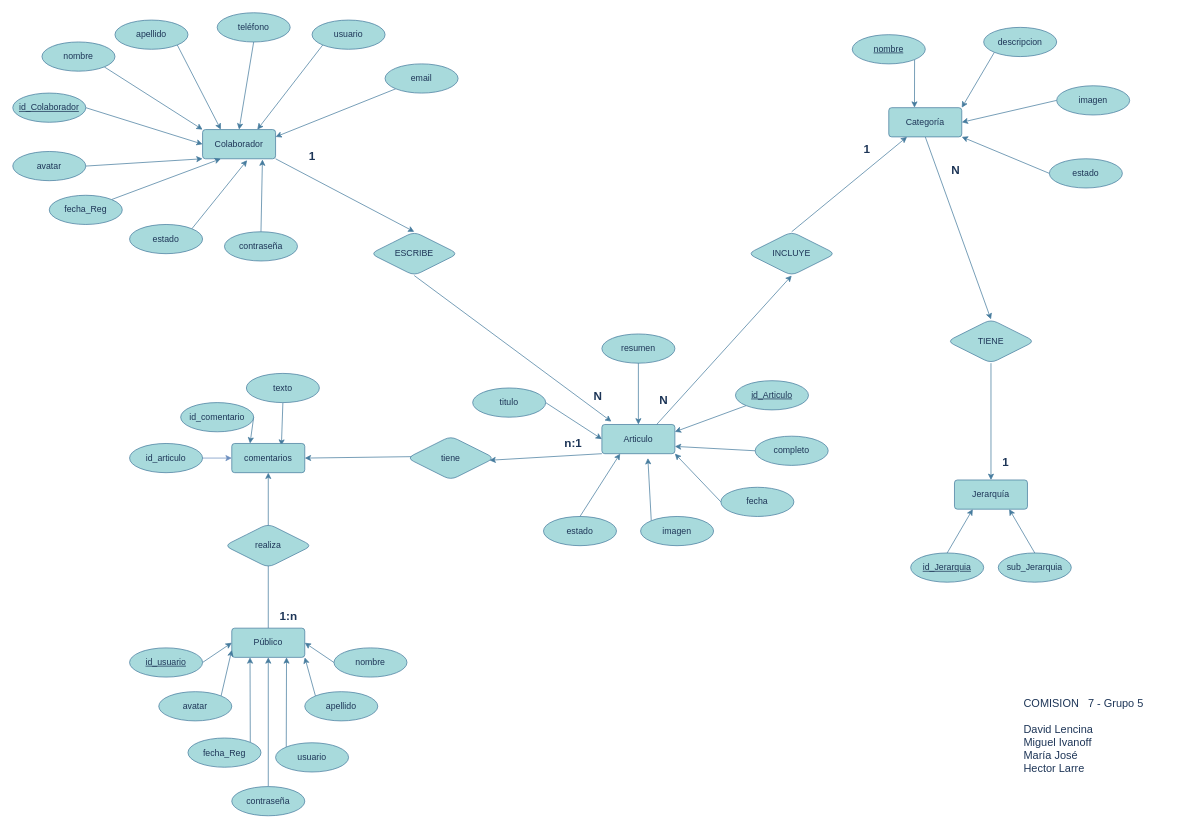
Above: D5_G5/desafío 5.drawio in LDA407/desafios_del_info (draw.io), before the change. Source tidied: cells renumbered, new cells numbered last; positions are measured from the earlier drawing's top-left corner, leaving out a move shared by most shapes. Both pictures are drawn from the tidied source at 73%, with x=0, y=0 at pixel (12, 12).
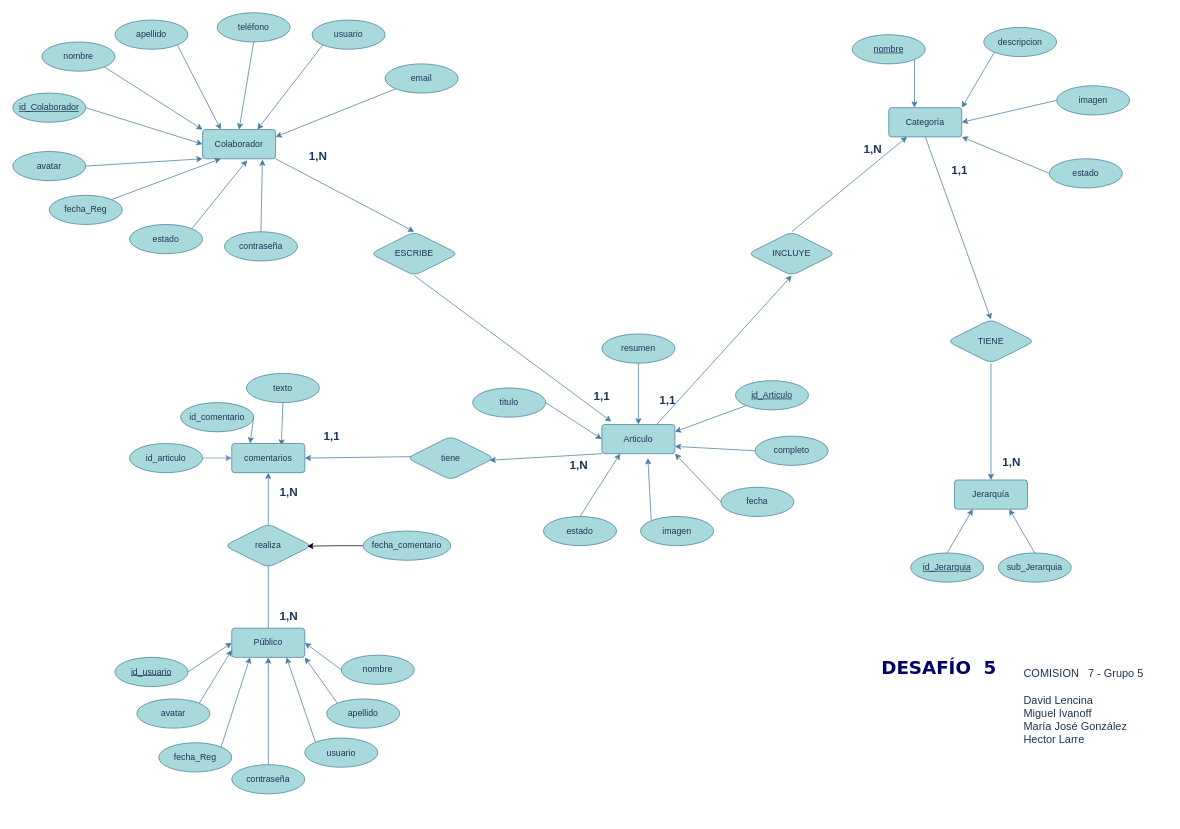
The same page after the edit.

Commit message (it also covers changes not shown here):
Agregué apellido de Majo y algunos cambios en comentarios

The change refers to these unchanged cells:
```xml
<mxCell id="94" value="realiza" style="shape=rhombus;perimeter=rhombusPerimeter;whiteSpace=wrap;html=1;align=center;labelBackgroundColor=none;fillColor=#A8DADC;strokeColor=#457B9D;fontColor=#1D3557;rounded=1;" parent="1" vertex="1">
  <mxGeometry x="290" y="700" width="120" height="60" as="geometry" />
</mxCell>
```

What changed in the source:
```diff
@@
     <mxCell id="47" value="nombre" style="ellipse;whiteSpace=wrap;html=1;align=center;labelBackgroundColor=none;fillColor=#A8DADC;strokeColor=#457B9D;fontColor=#1D3557;rounded=1;" parent="1" vertex="1">
-      <mxGeometry x="440" y="870" width="100" height="40" as="geometry" />
+      <mxGeometry x="450" y="880" width="100" height="40" as="geometry" />
     </mxCell>
@@
     <mxCell id="49" value="apellido" style="ellipse;whiteSpace=wrap;html=1;align=center;labelBackgroundColor=none;fillColor=#A8DADC;strokeColor=#457B9D;fontColor=#1D3557;rounded=1;" parent="1" vertex="1">
-      <mxGeometry x="400" y="930" width="100" height="40" as="geometry" />
+      <mxGeometry x="430" y="940" width="100" height="40" as="geometry" />
     </mxCell>
@@
     <mxCell id="51" value="usuario" style="ellipse;whiteSpace=wrap;html=1;align=center;labelBackgroundColor=none;fillColor=#A8DADC;strokeColor=#457B9D;fontColor=#1D3557;rounded=1;" parent="1" vertex="1">
-      <mxGeometry x="360" y="1000" width="100" height="40" as="geometry" />
+      <mxGeometry x="400" y="993.5" width="100" height="40" as="geometry" />
     </mxCell>
@@
     <mxCell id="53" value="contraseña" style="ellipse;whiteSpace=wrap;html=1;align=center;labelBackgroundColor=none;fillColor=#A8DADC;strokeColor=#457B9D;fontColor=#1D3557;rounded=1;" parent="1" vertex="1">
-      <mxGeometry x="300" y="1060" width="100" height="40" as="geometry" />
+      <mxGeometry x="300" y="1030" width="100" height="40" as="geometry" />
     </mxCell>
@@
     <mxCell id="55" value="fecha_Reg" style="ellipse;whiteSpace=wrap;html=1;align=center;labelBackgroundColor=none;fillColor=#A8DADC;strokeColor=#457B9D;fontColor=#1D3557;rounded=1;" parent="1" vertex="1">
-      <mxGeometry x="240" y="993.5" width="100" height="40" as="geometry" />
+      <mxGeometry x="200" y="1000" width="100" height="40" as="geometry" />
     </mxCell>
@@
     <mxCell id="57" value="avatar" style="ellipse;whiteSpace=wrap;html=1;align=center;labelBackgroundColor=none;fillColor=#A8DADC;strokeColor=#457B9D;fontColor=#1D3557;rounded=1;" parent="1" vertex="1">
-      <mxGeometry x="200" y="930" width="100" height="40" as="geometry" />
+      <mxGeometry x="170" y="940" width="100" height="40" as="geometry" />
     </mxCell>
@@
     <mxCell id="77" value="id_usuario" style="ellipse;whiteSpace=wrap;html=1;align=center;fontStyle=4;labelBackgroundColor=none;fillColor=#A8DADC;strokeColor=#457B9D;fontColor=#1D3557;rounded=1;" parent="1" vertex="1">
-      <mxGeometry x="160" y="870" width="100" height="40" as="geometry" />
+      <mxGeometry x="140" y="883" width="100" height="40" as="geometry" />
     </mxCell>
@@
-    <mxCell id="80" value="&lt;font style=&quot;font-size: 16px;&quot;&gt;&lt;b&gt;N&lt;/b&gt;&lt;/font&gt;" style="text;strokeColor=none;fillColor=none;spacingLeft=4;spacingRight=4;overflow=hidden;fontSize=12;whiteSpace=wrap;html=1;labelBackgroundColor=none;fontColor=#1D3557;rounded=1;" parent="1" vertex="1">
+    <mxCell id="80" value="&lt;font style=&quot;font-size: 16px;&quot;&gt;&lt;b&gt;1,1&lt;/b&gt;&lt;/font&gt;" style="text;strokeColor=none;fillColor=none;spacingLeft=4;spacingRight=4;overflow=hidden;fontSize=12;whiteSpace=wrap;html=1;labelBackgroundColor=none;fontColor=#1D3557;rounded=1;" parent="1" vertex="1">
       <mxGeometry x="880" y="514" width="40" height="30" as="geometry" />
     </mxCell>
-    <mxCell id="81" value="&lt;font style=&quot;font-size: 16px;&quot;&gt;&lt;b&gt;1&lt;/b&gt;&lt;/font&gt;" style="text;strokeColor=none;fillColor=none;spacingLeft=4;spacingRight=4;overflow=hidden;fontSize=12;whiteSpace=wrap;html=1;labelBackgroundColor=none;fontColor=#1D3557;rounded=1;" parent="1" vertex="1">
+    <mxCell id="81" value="&lt;font style=&quot;font-size: 16px;&quot;&gt;&lt;b&gt;1,N&lt;/b&gt;&lt;/font&gt;" style="text;strokeColor=none;fillColor=none;spacingLeft=4;spacingRight=4;overflow=hidden;fontSize=12;whiteSpace=wrap;html=1;labelBackgroundColor=none;fontColor=#1D3557;rounded=1;" parent="1" vertex="1">
       <mxGeometry x="1160" y="170" width="40" height="30" as="geometry" />
     </mxCell>
-    <mxCell id="82" value="&lt;font style=&quot;font-size: 16px;&quot;&gt;&lt;b&gt;N&lt;/b&gt;&lt;/font&gt;" style="text;strokeColor=none;fillColor=none;spacingLeft=4;spacingRight=4;overflow=hidden;fontSize=12;whiteSpace=wrap;html=1;labelBackgroundColor=none;fontColor=#1D3557;rounded=1;" parent="1" vertex="1">
+    <mxCell id="82" value="&lt;font style=&quot;font-size: 16px;&quot;&gt;&lt;b&gt;1,1&lt;/b&gt;&lt;/font&gt;" style="text;strokeColor=none;fillColor=none;spacingLeft=4;spacingRight=4;overflow=hidden;fontSize=12;whiteSpace=wrap;html=1;labelBackgroundColor=none;fontColor=#1D3557;rounded=1;" parent="1" vertex="1">
       <mxGeometry x="790" y="509" width="40" height="30" as="geometry" />
     </mxCell>
-    <mxCell id="83" value="&lt;font style=&quot;font-size: 16px;&quot;&gt;&lt;b&gt;1&lt;/b&gt;&lt;/font&gt;" style="text;strokeColor=none;fillColor=none;spacingLeft=4;spacingRight=4;overflow=hidden;fontSize=12;whiteSpace=wrap;html=1;labelBackgroundColor=none;fontColor=#1D3557;rounded=1;" parent="1" vertex="1">
+    <mxCell id="83" value="&lt;font style=&quot;font-size: 16px;&quot;&gt;&lt;b&gt;1,N&lt;/b&gt;&lt;/font&gt;" style="text;strokeColor=none;fillColor=none;spacingLeft=4;spacingRight=4;overflow=hidden;fontSize=12;whiteSpace=wrap;html=1;labelBackgroundColor=none;fontColor=#1D3557;rounded=1;" parent="1" vertex="1">
       <mxGeometry x="400" y="180" width="40" height="30" as="geometry" />
     </mxCell>
-    <mxCell id="84" value="&lt;span style=&quot;font-size: 16px;&quot;&gt;&lt;b&gt;n:1&lt;/b&gt;&lt;/span&gt;" style="text;strokeColor=none;fillColor=none;spacingLeft=4;spacingRight=4;overflow=hidden;fontSize=12;whiteSpace=wrap;html=1;labelBackgroundColor=none;fontColor=#1D3557;rounded=1;" parent="1" vertex="1">
-      <mxGeometry x="750" y="574" width="40" height="30" as="geometry" />
-    </mxCell>
-    <mxCell id="85" value="&lt;font style=&quot;font-size: 16px;&quot;&gt;&lt;b&gt;N&lt;/b&gt;&lt;/font&gt;" style="text;strokeColor=none;fillColor=none;spacingLeft=4;spacingRight=4;overflow=hidden;fontSize=12;whiteSpace=wrap;html=1;labelBackgroundColor=none;fontColor=#1D3557;rounded=1;" parent="1" vertex="1">
+    <mxCell id="85" value="&lt;span style=&quot;font-size: 16px;&quot;&gt;&lt;b&gt;1,1&lt;/b&gt;&lt;/span&gt;" style="text;strokeColor=none;fillColor=none;spacingLeft=4;spacingRight=4;overflow=hidden;fontSize=12;whiteSpace=wrap;html=1;labelBackgroundColor=none;fontColor=#1D3557;rounded=1;" parent="1" vertex="1">
       <mxGeometry x="1280" y="200" width="40" height="30" as="geometry" />
     </mxCell>
-    <mxCell id="86" value="&lt;font style=&quot;font-size: 16px;&quot;&gt;&lt;b&gt;1&lt;/b&gt;&lt;/font&gt;" style="text;strokeColor=none;fillColor=none;spacingLeft=4;spacingRight=4;overflow=hidden;fontSize=12;whiteSpace=wrap;html=1;labelBackgroundColor=none;fontColor=#1D3557;rounded=1;" parent="1" vertex="1">
+    <mxCell id="86" value="&lt;font style=&quot;font-size: 16px;&quot;&gt;&lt;b&gt;1,N&lt;/b&gt;&lt;/font&gt;" style="text;strokeColor=none;fillColor=none;spacingLeft=4;spacingRight=4;overflow=hidden;fontSize=12;whiteSpace=wrap;html=1;labelBackgroundColor=none;fontColor=#1D3557;rounded=1;" parent="1" vertex="1">
       <mxGeometry x="1350" y="600" width="40" height="30" as="geometry" />
     </mxCell>
-    <mxCell id="87" value="&lt;font style=&quot;font-size: 15px;&quot;&gt;COMISION&amp;nbsp; &amp;nbsp;7 - Grupo 5&lt;br&gt;&lt;br&gt;David Lencina&lt;br&gt;Miguel Ivanoff&lt;br&gt;María José&amp;nbsp;&lt;br&gt;Hector Larre&lt;/font&gt;" style="text;strokeColor=none;fillColor=none;spacingLeft=4;spacingRight=4;overflow=hidden;fontSize=12;whiteSpace=wrap;html=1;labelBackgroundColor=none;fontColor=#1D3557;rounded=1;" parent="1" vertex="1">
-      <mxGeometry x="1378.5" y="930" width="203" height="167" as="geometry" />
+    <mxCell id="87" value="&lt;font style=&quot;font-size: 15px;&quot;&gt;COMISION&amp;nbsp; &amp;nbsp;7 - Grupo 5&lt;br&gt;&lt;br&gt;David Lencina&lt;br&gt;Miguel Ivanoff&lt;br&gt;María José González&lt;br&gt;Hector Larre&lt;/font&gt;" style="text;strokeColor=none;fillColor=none;spacingLeft=4;spacingRight=4;overflow=hidden;fontSize=12;whiteSpace=wrap;html=1;labelBackgroundColor=none;fontColor=#1D3557;rounded=1;" parent="1" vertex="1">
+      <mxGeometry x="1378.5" y="890" width="203" height="207" as="geometry" />
     </mxCell>
@@
-    <mxCell id="93" value="&lt;font style=&quot;font-size: 16px;&quot;&gt;&lt;b&gt;1:n&lt;br&gt;&lt;br&gt;&lt;/b&gt;&lt;/font&gt;" style="text;strokeColor=none;fillColor=none;spacingLeft=4;spacingRight=4;overflow=hidden;fontSize=12;whiteSpace=wrap;html=1;labelBackgroundColor=none;fontColor=#1D3557;rounded=1;" parent="1" vertex="1">
+    <mxCell id="93" value="&lt;font style=&quot;font-size: 16px;&quot;&gt;&lt;b&gt;1,N&lt;br&gt;&lt;/b&gt;&lt;/font&gt;" style="text;strokeColor=none;fillColor=none;spacingLeft=4;spacingRight=4;overflow=hidden;fontSize=12;whiteSpace=wrap;html=1;labelBackgroundColor=none;fontColor=#1D3557;rounded=1;" parent="1" vertex="1">
       <mxGeometry x="360" y="810" width="40" height="30" as="geometry" />
     </mxCell>
@@
+    <mxCell id="97" value="&lt;font style=&quot;font-size: 16px;&quot;&gt;&lt;b&gt;1,1&lt;/b&gt;&lt;/font&gt;" style="text;strokeColor=none;fillColor=none;spacingLeft=4;spacingRight=4;overflow=hidden;fontSize=12;whiteSpace=wrap;html=1;labelBackgroundColor=none;fontColor=#1D3557;rounded=1;" parent="1" vertex="1">
+      <mxGeometry x="420" y="564" width="40" height="30" as="geometry" />
+    </mxCell>
+    <mxCell id="98" value="&lt;font style=&quot;font-size: 16px;&quot;&gt;&lt;b&gt;1,N&lt;br&gt;&lt;/b&gt;&lt;/font&gt;" style="text;strokeColor=none;fillColor=none;spacingLeft=4;spacingRight=4;overflow=hidden;fontSize=12;whiteSpace=wrap;html=1;labelBackgroundColor=none;fontColor=#1D3557;rounded=1;" parent="1" vertex="1">
+      <mxGeometry x="360" y="640" width="40" height="30" as="geometry" />
+    </mxCell>
+    <mxCell id="99" value="&lt;font style=&quot;font-size: 16px;&quot;&gt;&lt;b&gt;1,N&lt;br&gt;&lt;/b&gt;&lt;/font&gt;" style="text;strokeColor=none;fillColor=none;spacingLeft=4;spacingRight=4;overflow=hidden;fontSize=12;whiteSpace=wrap;html=1;labelBackgroundColor=none;fontColor=#1D3557;rounded=1;" parent="1" vertex="1">
+      <mxGeometry x="757" y="604" width="40" height="30" as="geometry" />
+    </mxCell>
+    <mxCell id="100" style="edgeStyle=orthogonalEdgeStyle;rounded=0;jettySize=auto;html=1;exitX=0;exitY=0.5;exitDx=0;exitDy=0;entryX=0.944;entryY=0.511;entryDx=0;entryDy=0;entryPerimeter=0;" parent="1" edge="1" source="101" target="94">
+      <mxGeometry relative="1" as="geometry" />
+    </mxCell>
+    <mxCell id="101" value="fecha_comentario" style="ellipse;whiteSpace=wrap;html=1;align=center;labelBackgroundColor=none;fillColor=#A8DADC;strokeColor=#457B9D;fontColor=#1D3557;rounded=1;" parent="1" vertex="1">
+      <mxGeometry x="480" y="710" width="120" height="40" as="geometry" />
+    </mxCell>
+    <mxCell id="102" value="&lt;h1&gt;&lt;font face=&quot;Verdana&quot; color=&quot;#000066&quot; style=&quot;font-size: 25px;&quot;&gt;DESAFÍO&amp;nbsp; 5&lt;/font&gt;&lt;/h1&gt;" style="text;strokeColor=none;fillColor=none;spacingLeft=4;spacingRight=4;overflow=hidden;fontSize=12;whiteSpace=wrap;html=1;align=center;" parent="1" vertex="1">
+      <mxGeometry x="1158.5" y="860" width="220" height="60" as="geometry" />
+    </mxCell>
```
